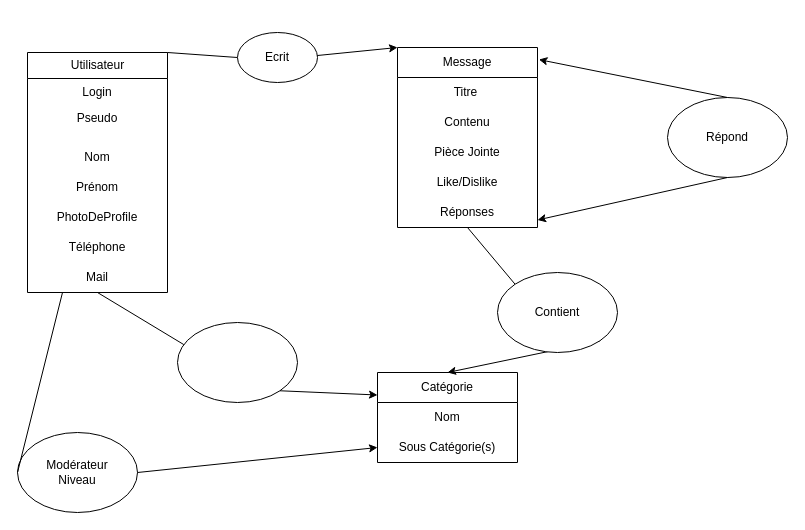
This is Drawio/Exo2bd.dio from shadowforce78/UVSQ, a draw.io file, before an edit. Source tidied: cells renumbered, new cells numbered last; positions are measured from the earlier drawing's top-left corner, leaving out a move shared by most shapes. Both pictures are drawn from the tidied source at 100%, with x=0, y=0 at pixel (17, 32).
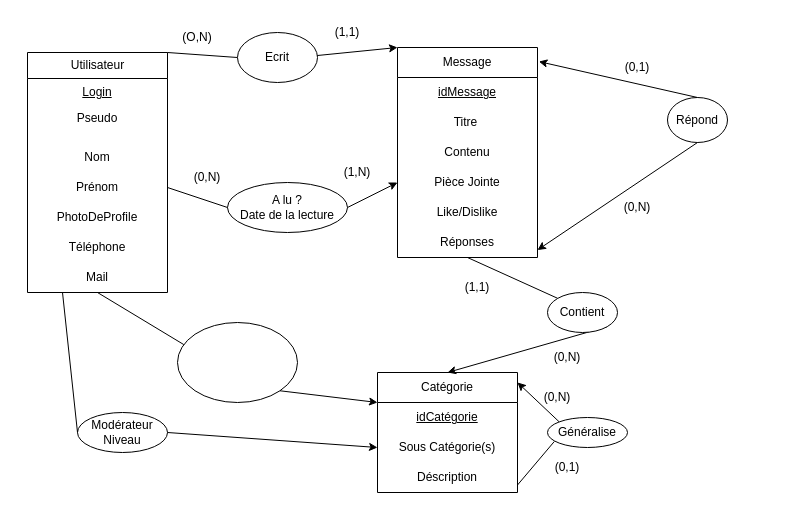
After the change.

Commit message:
implement vault backup functionality

Unchanged cells that the change refers to:
```xml
<mxCell id="3" value="Utilisateur" style="swimlane;fontStyle=0;horizontal=1;startSize=26;fillColor=none;html=1;align=center;" parent="1" vertex="1">
  <mxGeometry x="10" y="20" width="140" height="240" as="geometry" />
</mxCell>
<mxCell id="7" value="Prénom" style="text;html=1;strokeColor=none;fillColor=none;align=center;verticalAlign=middle;whiteSpace=wrap;rounded=0;" parent="3" vertex="1">
  <mxGeometry y="120" width="140" height="30" as="geometry" />
</mxCell>
```

Change to the diagram source:
```diff
@@
-    <mxCell id="4" value="Login" style="text;strokeColor=none;fillColor=none;align=center;verticalAlign=top;spacingLeft=4;spacingRight=4;overflow=hidden;whiteSpace=wrap;html=1;" parent="3" vertex="1">
+    <mxCell id="4" value="Login" style="text;strokeColor=none;fillColor=none;align=center;verticalAlign=top;spacingLeft=4;spacingRight=4;overflow=hidden;whiteSpace=wrap;html=1;fontStyle=4;" parent="3" vertex="1">
       <mxGeometry y="26" width="140" height="26" as="geometry" />
     </mxCell>
@@
     <mxCell id="11" value="Catégorie" style="swimlane;fontStyle=0;horizontal=1;startSize=30;whiteSpace=wrap;html=1;align=center;" parent="1" vertex="1">
-      <mxGeometry x="360" y="340" width="140" height="90" as="geometry" />
+      <mxGeometry x="360" y="340" width="140" height="120" as="geometry" />
     </mxCell>
-    <mxCell id="12" value="Nom" style="text;strokeColor=none;fillColor=none;align=center;verticalAlign=middle;spacingLeft=4;spacingRight=4;overflow=hidden;whiteSpace=wrap;html=1;" parent="11" vertex="1">
+    <mxCell id="12" value="idCatégorie" style="text;strokeColor=none;fillColor=none;align=center;verticalAlign=middle;spacingLeft=4;spacingRight=4;overflow=hidden;whiteSpace=wrap;html=1;fontStyle=4;" parent="11" vertex="1">
       <mxGeometry y="30" width="140" height="30" as="geometry" />
     </mxCell>
@@
+    <mxCell id="34" value="Déscription" style="text;html=1;strokeColor=none;fillColor=none;align=center;verticalAlign=middle;whiteSpace=wrap;rounded=0;" parent="11" vertex="1">
+      <mxGeometry y="90" width="140" height="30" as="geometry" />
+    </mxCell>
     <mxCell id="14" value="Message" style="swimlane;fontStyle=0;horizontal=1;startSize=30;whiteSpace=wrap;html=1;align=center;" parent="1" vertex="1">
-      <mxGeometry x="380" y="15" width="140" height="180" as="geometry" />
+      <mxGeometry x="380" y="15" width="140" height="210" as="geometry" />
     </mxCell>
+    <mxCell id="35" value="&lt;u&gt;idMessage&lt;/u&gt;" style="text;html=1;strokeColor=none;fillColor=none;align=center;verticalAlign=middle;whiteSpace=wrap;rounded=0;" parent="14" vertex="1">
+      <mxGeometry y="30" width="140" height="30" as="geometry" />
+    </mxCell>
     <mxCell id="15" value="Titre&lt;span style=&quot;white-space: pre;&quot;&gt;&#9;&lt;/span&gt;" style="text;strokeColor=none;fillColor=none;align=center;verticalAlign=middle;spacingLeft=4;spacingRight=4;overflow=hidden;whiteSpace=wrap;html=1;" parent="14" vertex="1">
-      <mxGeometry y="30" width="140" height="30" as="geometry" />
+      <mxGeometry y="60" width="140" height="30" as="geometry" />
     </mxCell>
     <mxCell id="16" value="Contenu" style="text;strokeColor=none;fillColor=none;align=center;verticalAlign=middle;spacingLeft=4;spacingRight=4;overflow=hidden;whiteSpace=wrap;html=1;" parent="14" vertex="1">
-      <mxGeometry y="60" width="140" height="30" as="geometry" />
+      <mxGeometry y="90" width="140" height="30" as="geometry" />
     </mxCell>
     <mxCell id="17" value="Pièce Jointe" style="text;strokeColor=none;fillColor=none;align=center;verticalAlign=middle;spacingLeft=4;spacingRight=4;overflow=hidden;points=[[0,0.5],[1,0.5]];portConstraint=eastwest;whiteSpace=wrap;html=1;" parent="14" vertex="1">
-      <mxGeometry y="90" width="140" height="30" as="geometry" />
+      <mxGeometry y="120" width="140" height="30" as="geometry" />
     </mxCell>
     <mxCell id="18" value="Like/Dislike" style="text;html=1;strokeColor=none;fillColor=none;align=center;verticalAlign=middle;whiteSpace=wrap;rounded=0;" parent="14" vertex="1">
-      <mxGeometry y="120" width="140" height="30" as="geometry" />
+      <mxGeometry y="150" width="140" height="30" as="geometry" />
     </mxCell>
     <mxCell id="19" value="Réponses" style="text;html=1;strokeColor=none;fillColor=none;align=center;verticalAlign=middle;whiteSpace=wrap;rounded=0;" parent="14" vertex="1">
-      <mxGeometry y="150" width="140" height="30" as="geometry" />
+      <mxGeometry y="180" width="140" height="30" as="geometry" />
     </mxCell>
@@
     <mxCell id="24" value="Contient" style="ellipse;whiteSpace=wrap;html=1;" parent="1" vertex="1">
-      <mxGeometry x="480" y="240" width="120" height="80" as="geometry" />
+      <mxGeometry x="530" y="260" width="70" height="40" as="geometry" />
     </mxCell>
@@
     <mxCell id="30" value="Répond" style="ellipse;whiteSpace=wrap;html=1;fillColor=none;" parent="1" vertex="1">
-      <mxGeometry x="650" y="65" width="120" height="80" as="geometry" />
+      <mxGeometry x="650" y="65" width="60" height="45" as="geometry" />
     </mxCell>
@@
     <mxCell id="33" value="Modérateur&lt;br&gt;Niveau" style="ellipse;whiteSpace=wrap;html=1;fillColor=none;" parent="1" vertex="1">
-      <mxGeometry y="400" width="120" height="80" as="geometry" />
+      <mxGeometry x="60" y="380" width="90" height="40" as="geometry" />
     </mxCell>
+    <mxCell id="36" style="edgeStyle=none;html=1;exitX=0;exitY=0;exitDx=0;exitDy=0;entryX=1;entryY=0.083;entryDx=0;entryDy=0;entryPerimeter=0;" parent="1" edge="1" source="37" target="11">
+      <mxGeometry relative="1" as="geometry" />
+    </mxCell>
+    <mxCell id="37" value="Généralise" style="ellipse;whiteSpace=wrap;html=1;strokeColor=default;fillColor=none;" parent="1" vertex="1">
+      <mxGeometry x="530" y="385" width="80" height="30" as="geometry" />
+    </mxCell>
+    <mxCell id="38" style="endArrow=none;html=1;entryX=0.085;entryY=0.8;entryDx=0;entryDy=0;entryPerimeter=0;exitX=1;exitY=0.75;exitDx=0;exitDy=0;" parent="1" edge="1" source="34" target="37">
+      <mxGeometry relative="1" as="geometry" />
+    </mxCell>
+    <mxCell id="39" style="edgeStyle=none;html=1;exitX=1;exitY=0.5;exitDx=0;exitDy=0;entryX=0;entryY=0.5;entryDx=0;entryDy=0;startArrow=none;" parent="1" edge="1" source="41" target="17">
+      <mxGeometry relative="1" as="geometry" />
+    </mxCell>
+    <mxCell id="40" style="edgeStyle=none;html=1;exitX=1;exitY=0.5;exitDx=0;exitDy=0;entryX=0;entryY=0.5;entryDx=0;entryDy=0;endArrow=none;" parent="1" edge="1" source="7" target="41">
+      <mxGeometry relative="1" as="geometry" />
+    </mxCell>
+    <mxCell id="41" value="A lu ?&lt;br&gt;Date de la lecture" style="ellipse;whiteSpace=wrap;html=1;strokeColor=default;fillColor=none;" parent="1" vertex="1">
+      <mxGeometry x="210" y="150" width="120" height="50" as="geometry" />
+    </mxCell>
+    <mxCell id="42" value="(O,N)" style="text;html=1;strokeColor=none;fillColor=none;align=center;verticalAlign=middle;whiteSpace=wrap;rounded=0;" parent="1" vertex="1">
+      <mxGeometry x="150" y="-10" width="60" height="30" as="geometry" />
+    </mxCell>
+    <mxCell id="43" value="(1,1)" style="text;html=1;strokeColor=none;fillColor=none;align=center;verticalAlign=middle;whiteSpace=wrap;rounded=0;" parent="1" vertex="1">
+      <mxGeometry x="300" y="-15" width="60" height="30" as="geometry" />
+    </mxCell>
+    <mxCell id="44" value="(0,N)" style="text;html=1;strokeColor=none;fillColor=none;align=center;verticalAlign=middle;whiteSpace=wrap;rounded=0;" parent="1" vertex="1">
+      <mxGeometry x="160" y="130" width="60" height="30" as="geometry" />
+    </mxCell>
+    <mxCell id="45" value="(1,N)" style="text;html=1;strokeColor=none;fillColor=none;align=center;verticalAlign=middle;whiteSpace=wrap;rounded=0;" parent="1" vertex="1">
+      <mxGeometry x="310" y="125" width="60" height="30" as="geometry" />
+    </mxCell>
+    <mxCell id="46" value="(0,1)" style="text;html=1;strokeColor=none;fillColor=none;align=center;verticalAlign=middle;whiteSpace=wrap;rounded=0;" parent="1" vertex="1">
+      <mxGeometry x="590" y="20" width="60" height="30" as="geometry" />
+    </mxCell>
+    <mxCell id="47" value="(0,N)" style="text;html=1;strokeColor=none;fillColor=none;align=center;verticalAlign=middle;whiteSpace=wrap;rounded=0;" parent="1" vertex="1">
+      <mxGeometry x="590" y="160" width="60" height="30" as="geometry" />
+    </mxCell>
+    <mxCell id="48" value="(1,1)" style="text;html=1;strokeColor=none;fillColor=none;align=center;verticalAlign=middle;whiteSpace=wrap;rounded=0;" parent="1" vertex="1">
+      <mxGeometry x="430" y="240" width="60" height="30" as="geometry" />
+    </mxCell>
+    <mxCell id="49" value="(0,N)" style="text;html=1;strokeColor=none;fillColor=none;align=center;verticalAlign=middle;whiteSpace=wrap;rounded=0;" parent="1" vertex="1">
+      <mxGeometry x="520" y="310" width="60" height="30" as="geometry" />
+    </mxCell>
+    <mxCell id="50" value="(0,1)" style="text;html=1;strokeColor=none;fillColor=none;align=center;verticalAlign=middle;whiteSpace=wrap;rounded=0;" parent="1" vertex="1">
+      <mxGeometry x="520" y="420" width="60" height="30" as="geometry" />
+    </mxCell>
+    <mxCell id="51" value="(0,N)" style="text;html=1;strokeColor=none;fillColor=none;align=center;verticalAlign=middle;whiteSpace=wrap;rounded=0;" parent="1" vertex="1">
+      <mxGeometry x="510" y="350" width="60" height="30" as="geometry" />
+    </mxCell>
```
